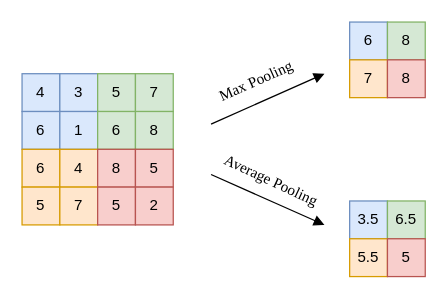
The draw.io diagram machine-learning/pooling.drawio in zhaicao/images, before the edit. Source tidied: cells renumbered, new cells numbered last; positions are measured from the earlier drawing's top-left corner, leaving out a move shared by most shapes. Both pictures are drawn from the tidied source at 126%, with x=0, y=0 at pixel (21, 21).
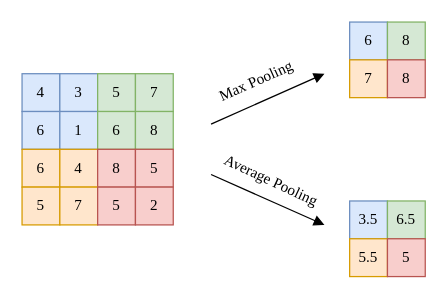
After the change.

The edit, as a diff of the source:
```diff
@@
-    <mxCell id="2" value="4" style="whiteSpace=wrap;html=1;fillColor=#dae8fc;strokeColor=#6c8ebf;" parent="1" vertex="1">
+    <mxCell id="2" value="4" style="whiteSpace=wrap;html=1;fillColor=#dae8fc;strokeColor=#6c8ebf;fontFamily=Times New Roman;" parent="1" vertex="1">
       <mxGeometry y="41" width="30" height="30" as="geometry" />
     </mxCell>
-    <mxCell id="3" value="3" style="whiteSpace=wrap;html=1;fillColor=#dae8fc;strokeColor=#6c8ebf;" parent="1" vertex="1">
+    <mxCell id="3" value="3" style="whiteSpace=wrap;html=1;fillColor=#dae8fc;strokeColor=#6c8ebf;fontFamily=Times New Roman;" parent="1" vertex="1">
       <mxGeometry x="30" y="41" width="30" height="30" as="geometry" />
     </mxCell>
-    <mxCell id="4" value="5" style="whiteSpace=wrap;html=1;fillColor=#d5e8d4;strokeColor=#82b366;" parent="1" vertex="1">
+    <mxCell id="4" value="5" style="whiteSpace=wrap;html=1;fillColor=#d5e8d4;strokeColor=#82b366;fontFamily=Times New Roman;" parent="1" vertex="1">
       <mxGeometry x="60" y="41" width="30" height="30" as="geometry" />
     </mxCell>
-    <mxCell id="5" value="7" style="whiteSpace=wrap;html=1;fillColor=#d5e8d4;strokeColor=#82b366;" parent="1" vertex="1">
+    <mxCell id="5" value="7" style="whiteSpace=wrap;html=1;fillColor=#d5e8d4;strokeColor=#82b366;fontFamily=Times New Roman;" parent="1" vertex="1">
       <mxGeometry x="90" y="41" width="30" height="30" as="geometry" />
     </mxCell>
-    <mxCell id="6" value="6" style="whiteSpace=wrap;html=1;fillColor=#dae8fc;strokeColor=#6c8ebf;" parent="1" vertex="1">
+    <mxCell id="6" value="6" style="whiteSpace=wrap;html=1;fillColor=#dae8fc;strokeColor=#6c8ebf;fontFamily=Times New Roman;" parent="1" vertex="1">
       <mxGeometry y="71" width="30" height="30" as="geometry" />
     </mxCell>
-    <mxCell id="7" value="1" style="whiteSpace=wrap;html=1;fillColor=#dae8fc;strokeColor=#6c8ebf;" parent="1" vertex="1">
+    <mxCell id="7" value="1" style="whiteSpace=wrap;html=1;fillColor=#dae8fc;strokeColor=#6c8ebf;fontFamily=Times New Roman;" parent="1" vertex="1">
       <mxGeometry x="30" y="71" width="30" height="30" as="geometry" />
     </mxCell>
-    <mxCell id="8" value="6" style="whiteSpace=wrap;html=1;fillColor=#d5e8d4;strokeColor=#82b366;" parent="1" vertex="1">
+    <mxCell id="8" value="6" style="whiteSpace=wrap;html=1;fillColor=#d5e8d4;strokeColor=#82b366;fontFamily=Times New Roman;" parent="1" vertex="1">
       <mxGeometry x="60" y="71" width="30" height="30" as="geometry" />
     </mxCell>
-    <mxCell id="9" value="8" style="whiteSpace=wrap;html=1;fillColor=#d5e8d4;strokeColor=#82b366;" parent="1" vertex="1">
+    <mxCell id="9" value="8" style="whiteSpace=wrap;html=1;fillColor=#d5e8d4;strokeColor=#82b366;fontFamily=Times New Roman;" parent="1" vertex="1">
       <mxGeometry x="90" y="71" width="30" height="30" as="geometry" />
     </mxCell>
-    <mxCell id="10" value="6" style="whiteSpace=wrap;html=1;fillColor=#ffe6cc;strokeColor=#d79b00;" parent="1" vertex="1">
+    <mxCell id="10" value="6" style="whiteSpace=wrap;html=1;fillColor=#ffe6cc;strokeColor=#d79b00;fontFamily=Times New Roman;" parent="1" vertex="1">
       <mxGeometry y="101" width="30" height="30" as="geometry" />
     </mxCell>
-    <mxCell id="11" value="4" style="whiteSpace=wrap;html=1;fillColor=#ffe6cc;strokeColor=#d79b00;" parent="1" vertex="1">
+    <mxCell id="11" value="4" style="whiteSpace=wrap;html=1;fillColor=#ffe6cc;strokeColor=#d79b00;fontFamily=Times New Roman;" parent="1" vertex="1">
       <mxGeometry x="30" y="101" width="30" height="30" as="geometry" />
     </mxCell>
-    <mxCell id="12" value="8" style="whiteSpace=wrap;html=1;fillColor=#f8cecc;strokeColor=#b85450;" parent="1" vertex="1">
+    <mxCell id="12" value="8" style="whiteSpace=wrap;html=1;fillColor=#f8cecc;strokeColor=#b85450;fontFamily=Times New Roman;" parent="1" vertex="1">
       <mxGeometry x="60" y="101" width="30" height="30" as="geometry" />
     </mxCell>
-    <mxCell id="13" value="5" style="whiteSpace=wrap;html=1;fillColor=#f8cecc;strokeColor=#b85450;" parent="1" vertex="1">
+    <mxCell id="13" value="5" style="whiteSpace=wrap;html=1;fillColor=#f8cecc;strokeColor=#b85450;fontFamily=Times New Roman;" parent="1" vertex="1">
       <mxGeometry x="90" y="101" width="30" height="30" as="geometry" />
     </mxCell>
-    <mxCell id="14" value="5" style="whiteSpace=wrap;html=1;fillColor=#ffe6cc;strokeColor=#d79b00;" parent="1" vertex="1">
+    <mxCell id="14" value="5" style="whiteSpace=wrap;html=1;fillColor=#ffe6cc;strokeColor=#d79b00;fontFamily=Times New Roman;" parent="1" vertex="1">
       <mxGeometry y="131" width="30" height="30" as="geometry" />
     </mxCell>
-    <mxCell id="15" value="7" style="whiteSpace=wrap;html=1;fillColor=#ffe6cc;strokeColor=#d79b00;" parent="1" vertex="1">
+    <mxCell id="15" value="7" style="whiteSpace=wrap;html=1;fillColor=#ffe6cc;strokeColor=#d79b00;fontFamily=Times New Roman;" parent="1" vertex="1">
       <mxGeometry x="30" y="131" width="30" height="30" as="geometry" />
     </mxCell>
-    <mxCell id="16" value="5" style="whiteSpace=wrap;html=1;fillColor=#f8cecc;strokeColor=#b85450;" parent="1" vertex="1">
+    <mxCell id="16" value="5" style="whiteSpace=wrap;html=1;fillColor=#f8cecc;strokeColor=#b85450;fontFamily=Times New Roman;" parent="1" vertex="1">
       <mxGeometry x="60" y="131" width="30" height="30" as="geometry" />
     </mxCell>
-    <mxCell id="17" value="2" style="whiteSpace=wrap;html=1;fillColor=#f8cecc;strokeColor=#b85450;" parent="1" vertex="1">
+    <mxCell id="17" value="2" style="whiteSpace=wrap;html=1;fillColor=#f8cecc;strokeColor=#b85450;fontFamily=Times New Roman;" parent="1" vertex="1">
       <mxGeometry x="90" y="131" width="30" height="30" as="geometry" />
     </mxCell>
-    <mxCell id="18" value="6" style="whiteSpace=wrap;html=1;fillColor=#dae8fc;strokeColor=#6c8ebf;" parent="1" vertex="1">
+    <mxCell id="18" value="6" style="whiteSpace=wrap;html=1;fillColor=#dae8fc;strokeColor=#6c8ebf;fontFamily=Times New Roman;" parent="1" vertex="1">
       <mxGeometry x="260" width="30" height="30" as="geometry" />
     </mxCell>
-    <mxCell id="19" value="8" style="whiteSpace=wrap;html=1;fillColor=#d5e8d4;strokeColor=#82b366;" parent="1" vertex="1">
+    <mxCell id="19" value="8" style="whiteSpace=wrap;html=1;fillColor=#d5e8d4;strokeColor=#82b366;fontFamily=Times New Roman;" parent="1" vertex="1">
       <mxGeometry x="290" width="30" height="30" as="geometry" />
     </mxCell>
-    <mxCell id="20" value="7" style="whiteSpace=wrap;html=1;fillColor=#ffe6cc;strokeColor=#d79b00;" parent="1" vertex="1">
+    <mxCell id="20" value="7" style="whiteSpace=wrap;html=1;fillColor=#ffe6cc;strokeColor=#d79b00;fontFamily=Times New Roman;" parent="1" vertex="1">
       <mxGeometry x="260" y="30" width="30" height="30" as="geometry" />
     </mxCell>
-    <mxCell id="21" value="8" style="whiteSpace=wrap;html=1;fillColor=#f8cecc;strokeColor=#b85450;" parent="1" vertex="1">
+    <mxCell id="21" value="8" style="whiteSpace=wrap;html=1;fillColor=#f8cecc;strokeColor=#b85450;fontFamily=Times New Roman;" parent="1" vertex="1">
       <mxGeometry x="290" y="30" width="30" height="30" as="geometry" />
     </mxCell>
-    <mxCell id="22" value="3.5" style="whiteSpace=wrap;html=1;fillColor=#dae8fc;strokeColor=#6c8ebf;" parent="1" vertex="1">
+    <mxCell id="22" value="3.5" style="whiteSpace=wrap;html=1;fillColor=#dae8fc;strokeColor=#6c8ebf;fontFamily=Times New Roman;" parent="1" vertex="1">
       <mxGeometry x="260" y="142" width="30" height="30" as="geometry" />
     </mxCell>
-    <mxCell id="23" value="6.5" style="whiteSpace=wrap;html=1;fillColor=#d5e8d4;strokeColor=#82b366;" parent="1" vertex="1">
+    <mxCell id="23" value="6.5" style="whiteSpace=wrap;html=1;fillColor=#d5e8d4;strokeColor=#82b366;fontFamily=Times New Roman;" parent="1" vertex="1">
       <mxGeometry x="290" y="142" width="30" height="30" as="geometry" />
     </mxCell>
-    <mxCell id="24" value="5.5" style="whiteSpace=wrap;html=1;fillColor=#ffe6cc;strokeColor=#d79b00;" parent="1" vertex="1">
+    <mxCell id="24" value="5.5" style="whiteSpace=wrap;html=1;fillColor=#ffe6cc;strokeColor=#d79b00;fontFamily=Times New Roman;" parent="1" vertex="1">
       <mxGeometry x="260" y="172" width="30" height="30" as="geometry" />
     </mxCell>
-    <mxCell id="25" value="5" style="whiteSpace=wrap;html=1;fillColor=#f8cecc;strokeColor=#b85450;" parent="1" vertex="1">
+    <mxCell id="25" value="5" style="whiteSpace=wrap;html=1;fillColor=#f8cecc;strokeColor=#b85450;fontFamily=Times New Roman;" parent="1" vertex="1">
       <mxGeometry x="290" y="172" width="30" height="30" as="geometry" />
     </mxCell>
-    <mxCell id="26" style="endArrow=block;html=1;rounded=0;endFill=1;" parent="1" edge="1">
+    <mxCell id="26" style="endArrow=block;html=1;rounded=0;endFill=1;fontFamily=Times New Roman;" parent="1" edge="1">
       <mxGeometry relative="1" as="geometry">
         <mxPoint x="150" y="81" as="sourcePoint" />
         <mxPoint x="240" y="41" as="targetPoint" />
       </mxGeometry>
     </mxCell>
-    <mxCell id="27" style="endArrow=block;html=1;rounded=0;endFill=1;" parent="1" edge="1">
+    <mxCell id="27" style="endArrow=block;html=1;rounded=0;endFill=1;fontFamily=Times New Roman;" parent="1" edge="1">
       <mxGeometry relative="1" as="geometry">
         <mxPoint x="150" y="121" as="sourcePoint" />
         <mxPoint x="240" y="161" as="targetPoint" />
       </mxGeometry>
     </mxCell>
```
